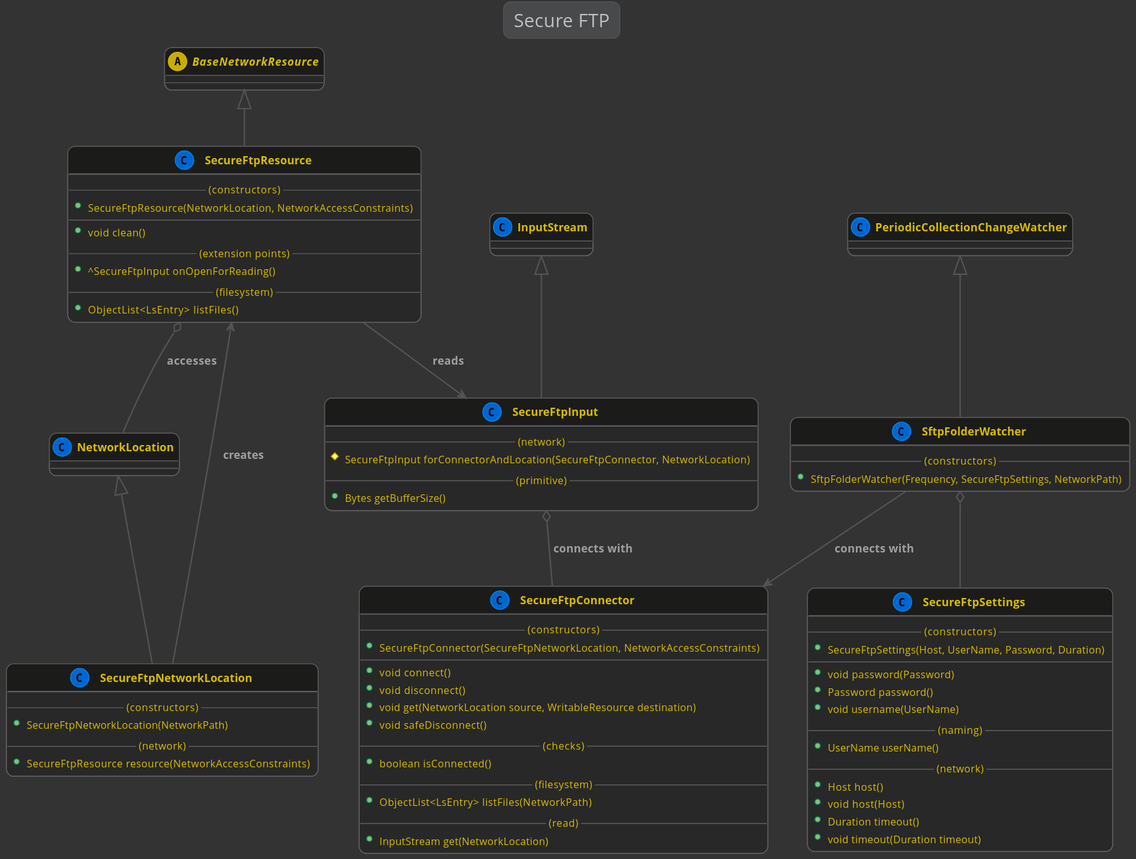
This is kivakit-core/network/ftp/documentation/diagrams/diagram-secure-ftp.svg from Telenav/kivakit, a PlantUML export, as it was before one commit. The source it was exported from:
```plantuml
@startuml

    !include ../lexakai/lexakai.theme

    title "Secure FTP"

    abstract BaseNetworkResource

    class SecureFtpConnector
    {
        --(constructors)--
        +SecureFtpConnector(SecureFtpNetworkLocation, NetworkAccessConstraints)
        --
        +void connect()
        +void disconnect()
        +void get(NetworkLocation source, WritableResource destination)
        +void safeDisconnect()
        --(checks)--
        +boolean isConnected()
        --(filesystem)--
        +ObjectList<LsEntry> listFiles(NetworkPath)
        --(read)--
        +InputStream get(NetworkLocation)
    }

    InputStream <|-- SecureFtpInput
    SecureFtpInput o-- SecureFtpConnector : "connects with"
    class SecureFtpInput
    {
        --(network)--
        #SecureFtpInput forConnectorAndLocation(SecureFtpConnector, NetworkLocation)
        --(primitive)--
        +Bytes getBufferSize()
    }

    NetworkLocation <|-- SecureFtpNetworkLocation
    SecureFtpNetworkLocation --> SecureFtpResource : "creates"
    class SecureFtpNetworkLocation
    {
        --(constructors)--
        +SecureFtpNetworkLocation(NetworkPath)
        --(network)--
        +SecureFtpResource resource(NetworkAccessConstraints)
    }

    BaseNetworkResource <|-- SecureFtpResource
    SecureFtpResource --> SecureFtpInput : "reads"
    SecureFtpResource o-- NetworkLocation : "accesses"
    class SecureFtpResource
    {
        --(constructors)--
        +SecureFtpResource(NetworkLocation, NetworkAccessConstraints)
        --
        +void clean()
        --(extension points)--
        +^SecureFtpInput onOpenForReading()
        --(filesystem)--
        +ObjectList<LsEntry> listFiles()
    }

    class SecureFtpSettings
    {
        --(constructors)--
        +SecureFtpSettings(Host, UserName, Password, Duration)
        --
        +void password(Password)
        +Password password()
        +void username(UserName)
        --(naming)--
        +UserName userName()
        --(network)--
        +Host host()
        +void host(Host)
        +Duration timeout()
        +void timeout(Duration timeout)
    }

    PeriodicCollectionChangeWatcher <|-- SftpFolderWatcher
    SftpFolderWatcher --> SecureFtpConnector : "connects with"
    SftpFolderWatcher o-- SecureFtpSettings
    class SftpFolderWatcher
    {
        --(constructors)--
        +SftpFolderWatcher(Frequency, SecureFtpSettings, NetworkPath)
    }

@enduml
```
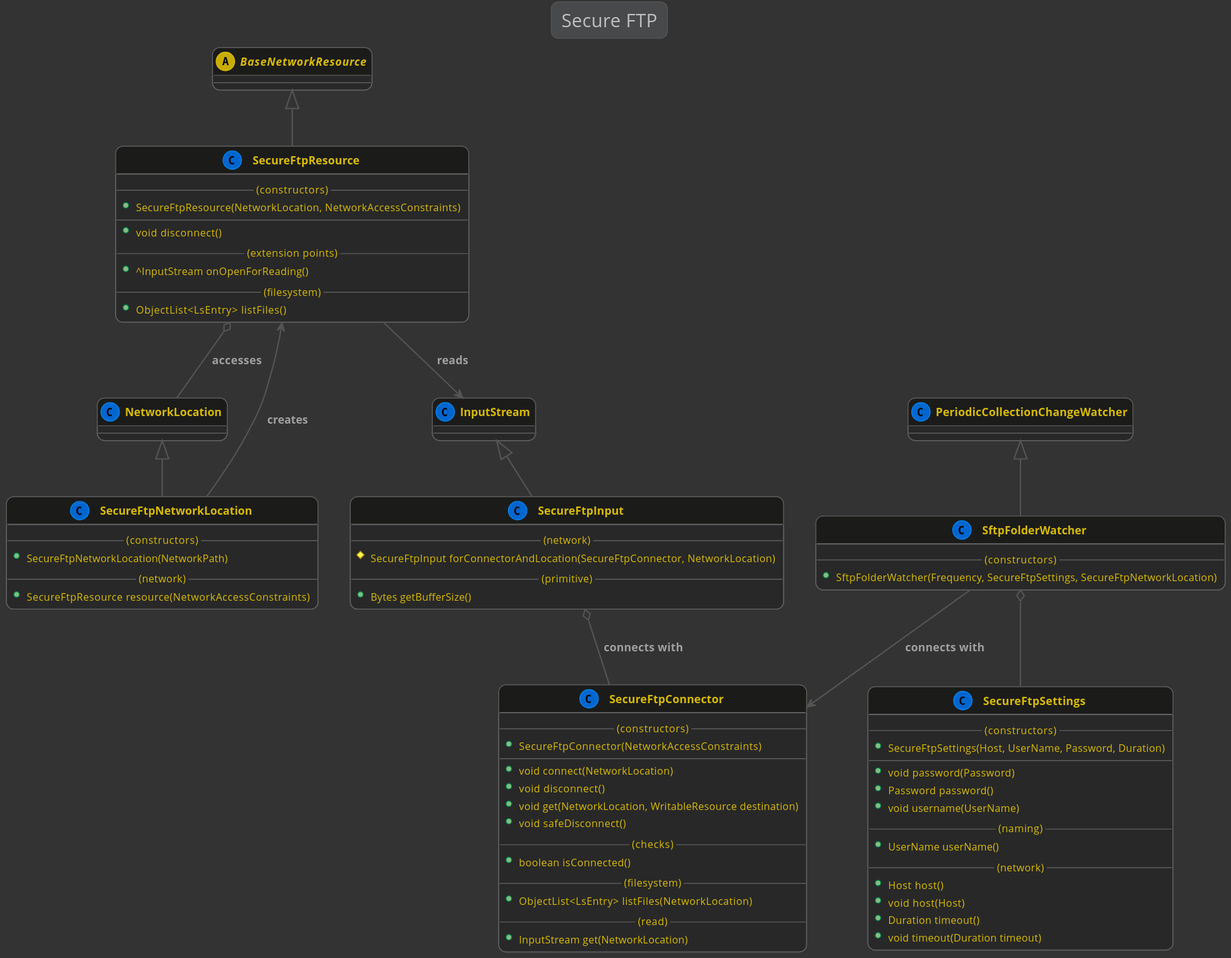
The same file after the commit.

The edit, as a diff of the source:
```diff
@@ -9,16 +9,16 @@
     class SecureFtpConnector
     {
         --(constructors)--
-        +SecureFtpConnector(SecureFtpNetworkLocation, NetworkAccessConstraints)
+        +SecureFtpConnector(NetworkAccessConstraints)
         --
-        +void connect()
+        +void connect(NetworkLocation)
         +void disconnect()
-        +void get(NetworkLocation source, WritableResource destination)
+        +void get(NetworkLocation, WritableResource destination)
         +void safeDisconnect()
         --(checks)--
         +boolean isConnected()
         --(filesystem)--
-        +ObjectList<LsEntry> listFiles(NetworkPath)
+        +ObjectList<LsEntry> listFiles(NetworkLocation)
         --(read)--
         +InputStream get(NetworkLocation)
     }
@@ -44,16 +44,16 @@
     }
 
     BaseNetworkResource <|-- SecureFtpResource
-    SecureFtpResource --> SecureFtpInput : "reads"
+    SecureFtpResource --> InputStream : "reads"
     SecureFtpResource o-- NetworkLocation : "accesses"
     class SecureFtpResource
     {
         --(constructors)--
         +SecureFtpResource(NetworkLocation, NetworkAccessConstraints)
         --
-        +void clean()
+        +void disconnect()
         --(extension points)--
-        +^SecureFtpInput onOpenForReading()
+        +^InputStream onOpenForReading()
         --(filesystem)--
         +ObjectList<LsEntry> listFiles()
     }
@@ -81,7 +81,7 @@
     class SftpFolderWatcher
     {
         --(constructors)--
-        +SftpFolderWatcher(Frequency, SecureFtpSettings, NetworkPath)
+        +SftpFolderWatcher(Frequency, SecureFtpSettings, SecureFtpNetworkLocation)
     }
 
 @enduml
```
